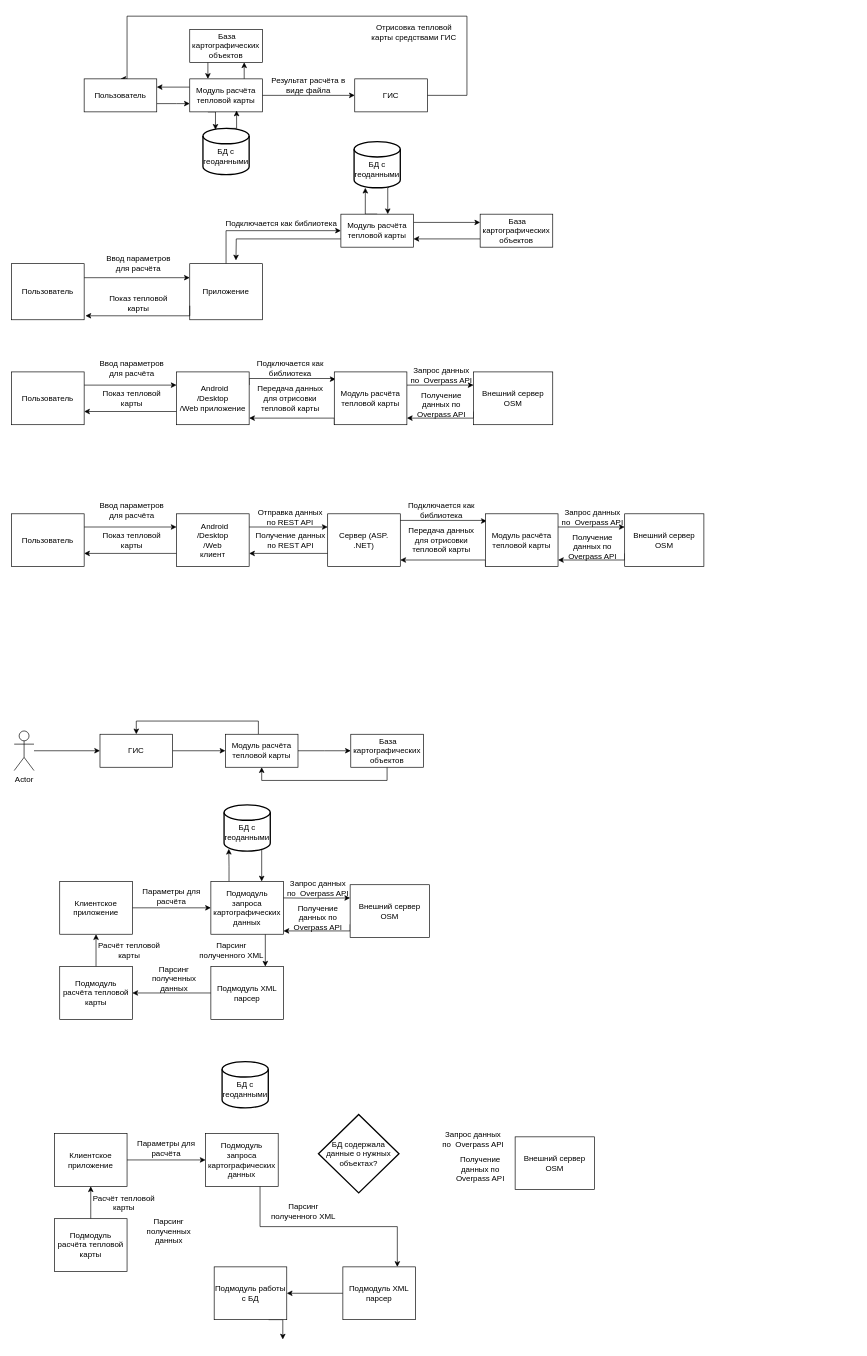
Before: Диаграмма артитектуры модуля.drawio in KirMaid/OsmApiClient, a draw.io diagram. Source tidied: cells renumbered, new cells numbered last; positions are measured from the earlier drawing's top-left corner, leaving out a move shared by most shapes. Both pictures are drawn from the tidied source at 66%, with x=0, y=0 at pixel (11, 16).
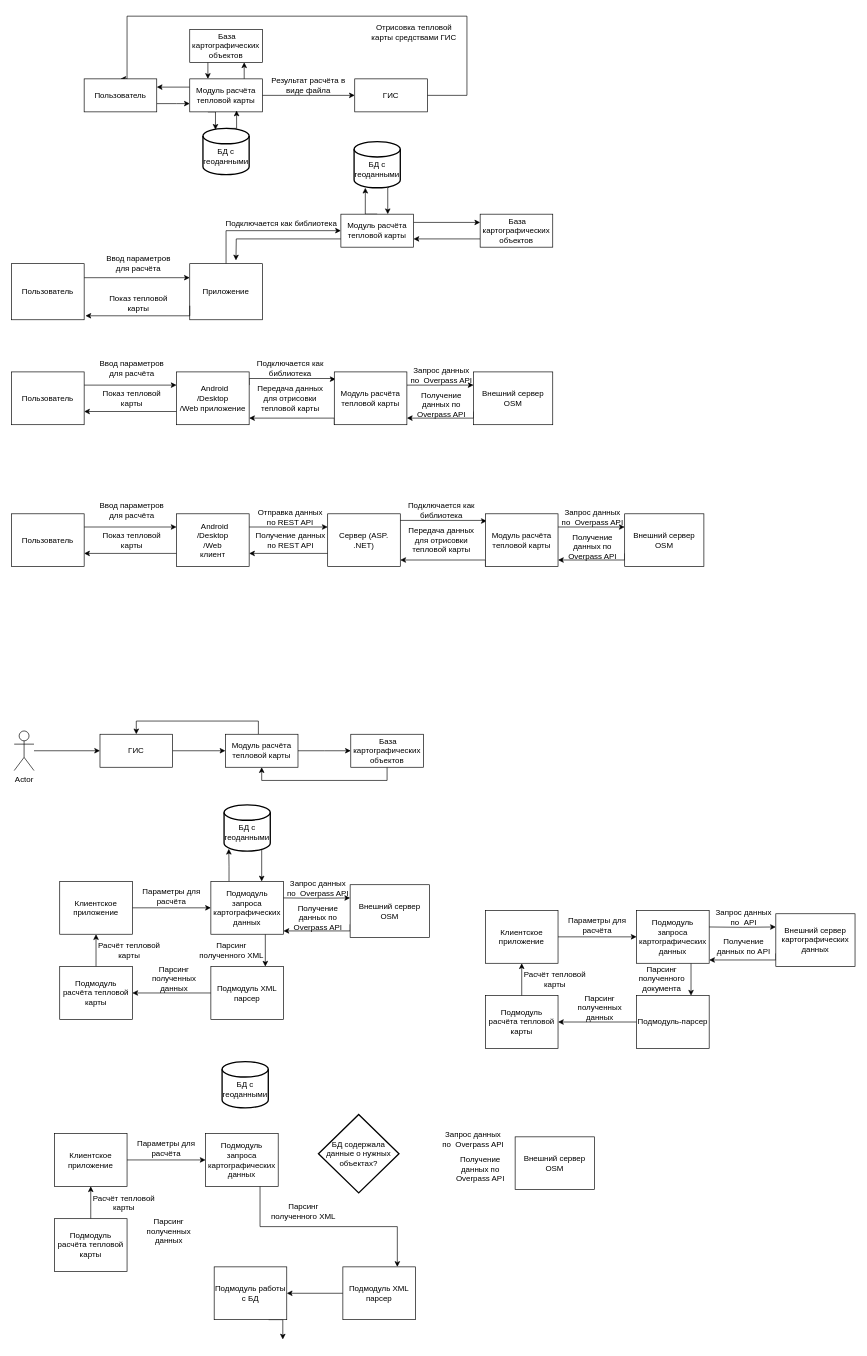
The same diagram, later.

Diff of the diagram source:
```diff
@@
+    <mxCell id="118" style="edgeStyle=orthogonalEdgeStyle;rounded=0;jettySize=auto;html=1;exitX=0.5;exitY=0;exitDx=0;exitDy=0;entryX=0.5;entryY=1;entryDx=0;entryDy=0;" parent="1" edge="1" source="119" target="125">
+      <mxGeometry relative="1" as="geometry" />
+    </mxCell>
+    <mxCell id="119" value="Подмодуль расчёта тепловой карты" style="html=1;whiteSpace=wrap;" parent="1" vertex="1">
+      <mxGeometry x="718" y="1484" width="110" height="80" as="geometry" />
+    </mxCell>
+    <mxCell id="120" style="edgeStyle=orthogonalEdgeStyle;rounded=0;jettySize=auto;html=1;exitX=0.75;exitY=1;exitDx=0;exitDy=0;entryX=0.75;entryY=0;entryDx=0;entryDy=0;" parent="1" edge="1" source="121" target="123">
+      <mxGeometry relative="1" as="geometry" />
+    </mxCell>
+    <mxCell id="121" value="Подмодуль запроса картографических данных" style="html=1;whiteSpace=wrap;" parent="1" vertex="1">
+      <mxGeometry x="947" y="1355" width="110" height="80" as="geometry" />
+    </mxCell>
+    <mxCell id="122" style="edgeStyle=orthogonalEdgeStyle;rounded=0;jettySize=auto;html=1;entryX=1;entryY=0.5;entryDx=0;entryDy=0;" parent="1" edge="1" source="123" target="119">
+      <mxGeometry relative="1" as="geometry" />
+    </mxCell>
+    <mxCell id="123" value="Подмодуль-парсер" style="html=1;whiteSpace=wrap;" parent="1" vertex="1">
+      <mxGeometry x="947" y="1484" width="110" height="80" as="geometry" />
+    </mxCell>
+    <mxCell id="124" style="edgeStyle=orthogonalEdgeStyle;rounded=0;jettySize=auto;html=1;exitX=1;exitY=0.5;exitDx=0;exitDy=0;entryX=0;entryY=0.5;entryDx=0;entryDy=0;" parent="1" edge="1" source="125" target="121">
+      <mxGeometry relative="1" as="geometry" />
+    </mxCell>
+    <mxCell id="125" value="Клиентское приложение" style="html=1;whiteSpace=wrap;" parent="1" vertex="1">
+      <mxGeometry x="718" y="1355" width="110" height="80" as="geometry" />
+    </mxCell>
+    <mxCell id="126" value="Параметры для расчёта" style="text;html=1;strokeColor=none;fillColor=none;align=center;verticalAlign=middle;whiteSpace=wrap;rounded=0;" parent="1" vertex="1">
+      <mxGeometry x="835" y="1363" width="105" height="30" as="geometry" />
+    </mxCell>
+    <mxCell id="127" style="edgeStyle=orthogonalEdgeStyle;rounded=0;jettySize=auto;html=1;exitX=1;exitY=0.25;exitDx=0;exitDy=0;entryX=0;entryY=0.25;entryDx=0;entryDy=0;" parent="1" edge="1" target="129">
+      <mxGeometry relative="1" as="geometry">
+        <mxPoint x="1057" y="1380" as="sourcePoint" />
+      </mxGeometry>
+    </mxCell>
+    <mxCell id="128" style="edgeStyle=orthogonalEdgeStyle;rounded=0;jettySize=auto;html=1;exitX=0;exitY=0.75;exitDx=0;exitDy=0;" parent="1" edge="1" source="129">
+      <mxGeometry relative="1" as="geometry">
+        <mxPoint x="1057" y="1430" as="targetPoint" />
+        <Array as="points">
+          <mxPoint x="1158" y="1430" />
+          <mxPoint x="1057" y="1430" />
+        </Array>
+      </mxGeometry>
+    </mxCell>
+    <mxCell id="129" value="Внешний сервер картографических данных" style="rounded=0;whiteSpace=wrap;html=1;" parent="1" vertex="1">
+      <mxGeometry x="1158" y="1360" width="120" height="80" as="geometry" />
+    </mxCell>
+    <mxCell id="130" value="Запрос данных по&amp;nbsp; API" style="text;html=1;strokeColor=none;fillColor=none;align=center;verticalAlign=middle;whiteSpace=wrap;rounded=0;" parent="1" vertex="1">
+      <mxGeometry x="1057" y="1350" width="105" height="30" as="geometry" />
+    </mxCell>
+    <mxCell id="131" value="Получение данных по API" style="text;html=1;strokeColor=none;fillColor=none;align=center;verticalAlign=middle;whiteSpace=wrap;rounded=0;" parent="1" vertex="1">
+      <mxGeometry x="1057" y="1395" width="105" height="30" as="geometry" />
+    </mxCell>
+    <mxCell id="132" value="Парсинг полученных данных" style="text;html=1;strokeColor=none;fillColor=none;align=center;verticalAlign=middle;whiteSpace=wrap;rounded=0;" parent="1" vertex="1">
+      <mxGeometry x="839" y="1488" width="105" height="30" as="geometry" />
+    </mxCell>
+    <mxCell id="133" value="Расчёт тепловой карты" style="text;html=1;strokeColor=none;fillColor=none;align=center;verticalAlign=middle;whiteSpace=wrap;rounded=0;" parent="1" vertex="1">
+      <mxGeometry x="771" y="1445" width="105" height="30" as="geometry" />
+    </mxCell>
+    <mxCell id="134" value="Парсинг полученного документа" style="text;html=1;strokeColor=none;fillColor=none;align=center;verticalAlign=middle;whiteSpace=wrap;rounded=0;" parent="1" vertex="1">
+      <mxGeometry x="933" y="1444" width="105" height="30" as="geometry" />
+    </mxCell>
```
